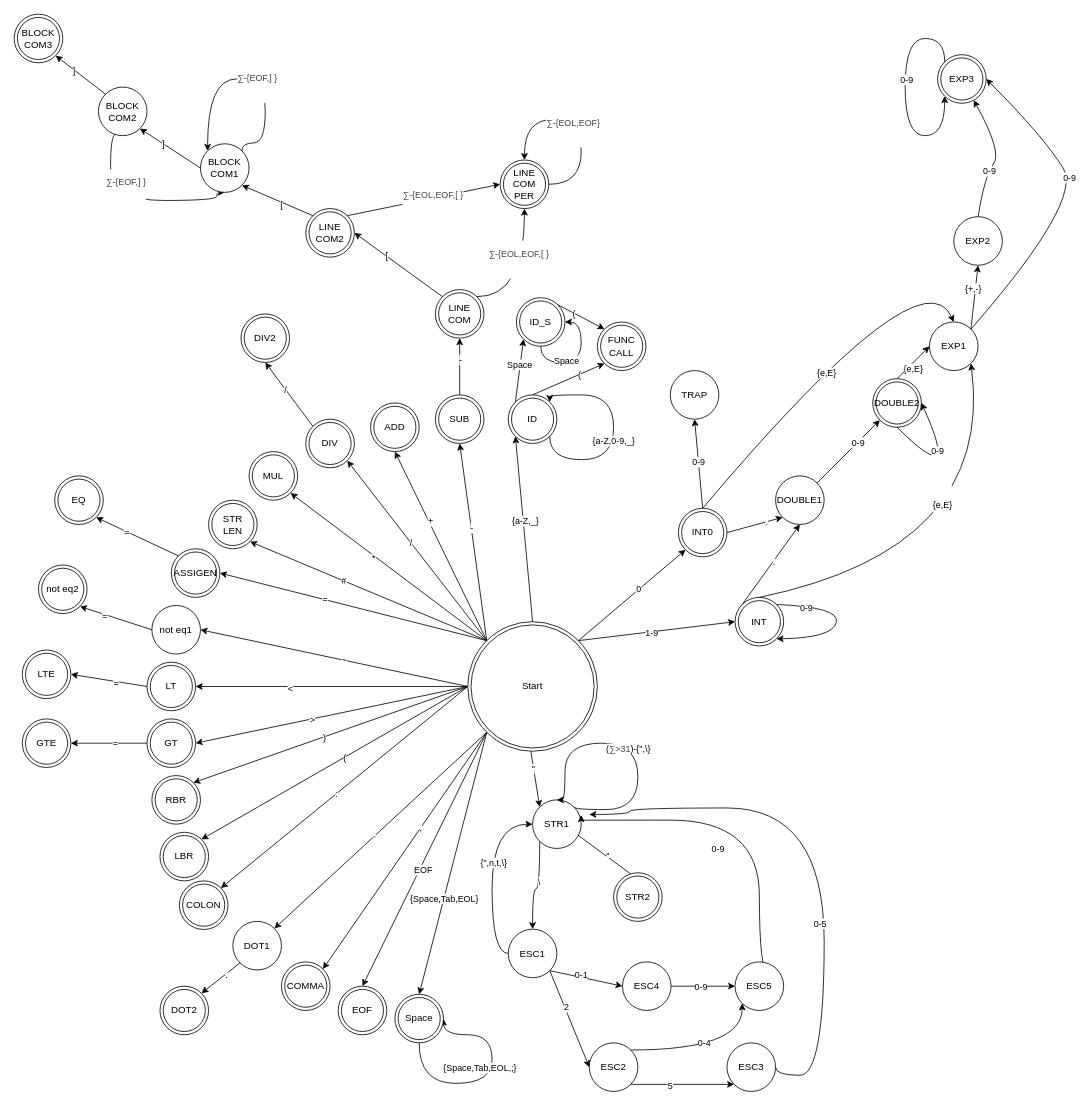
The draw.io diagram doc/scaner/scaner.drawio in JakubKomar/Prekladac-jazyka-teal, before the edit. Source tidied: cells renumbered, new cells numbered last; positions are measured from the earlier drawing's top-left corner, leaving out a move shared by most shapes. Both pictures are drawn from the tidied source at 81%, with x=0, y=0 at pixel (14, 14).
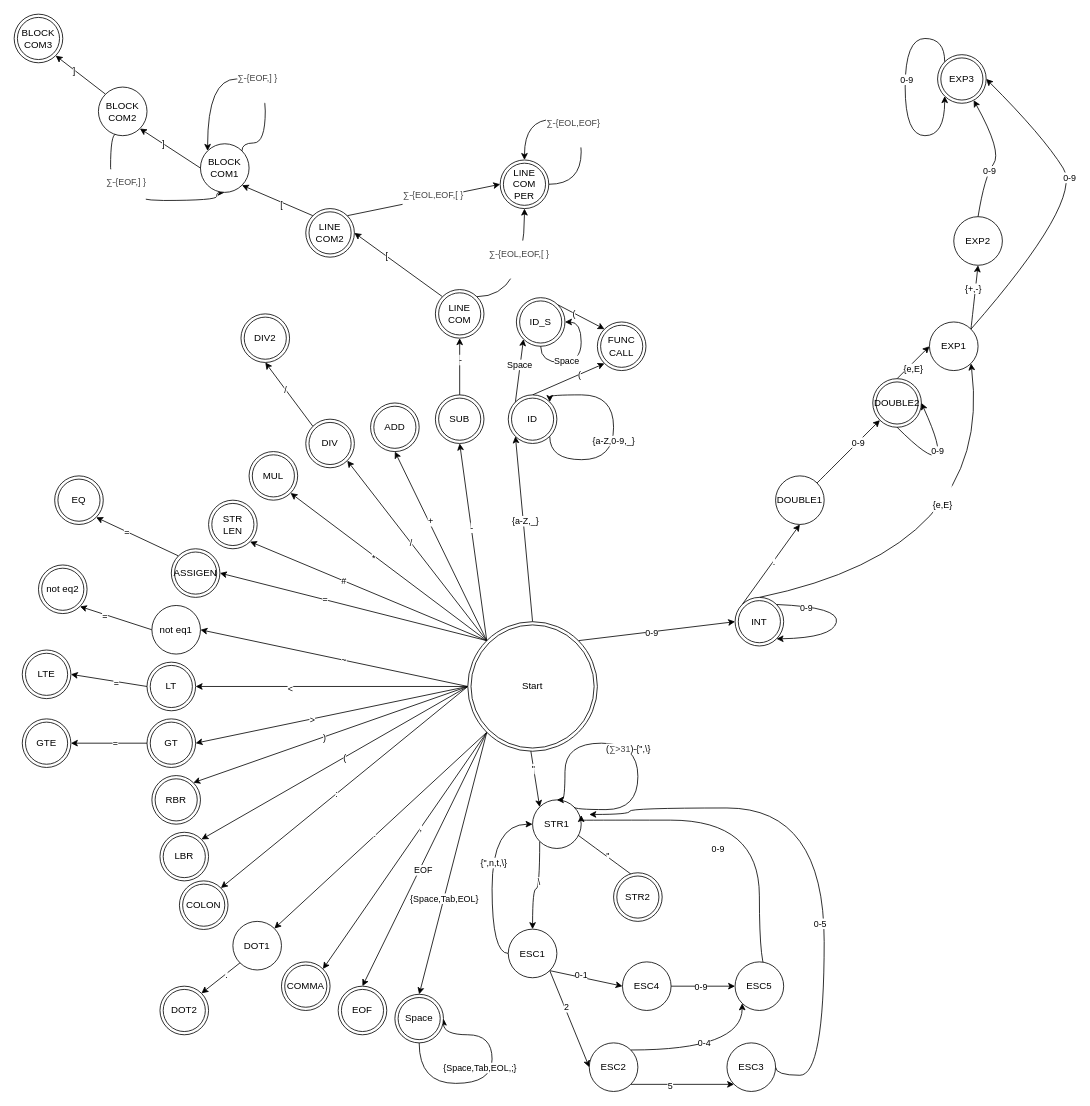
After the change.

Commit message:
stupidní zápisy čísel

Unchanged cells that the change refers to:
```xml
<mxCell id="39" style="rounded=0;jettySize=auto;html=1;exitX=1;exitY=0;exitDx=0;exitDy=0;entryX=0;entryY=0.5;entryDx=0;entryDy=0;" parent="1" edge="1" source="43" target="140">
  <mxGeometry relative="1" as="geometry" />
</mxCell>
<mxCell id="43" value="Start" style="ellipse;shape=doubleEllipse;whiteSpace=wrap;html=1;" parent="1" vertex="1">
  <mxGeometry x="560" y="750" width="160" height="160" as="geometry" />
</mxCell>
<mxCell id="148" value="DOUBLE1" style="ellipse;whiteSpace=wrap;html=1;" parent="1" vertex="1">
  <mxGeometry x="940" y="570" width="60" height="60" as="geometry" />
</mxCell>
<mxCell id="155" value="EXP1" style="ellipse;whiteSpace=wrap;html=1;" parent="1" vertex="1">
  <mxGeometry x="1130" y="380" width="60" height="60" as="geometry" />
</mxCell>
```

Change to the diagram source:
```diff
@@
-    <mxCell id="37" style="rounded=0;jettySize=auto;html=1;exitX=1;exitY=0;exitDx=0;exitDy=0;entryX=0;entryY=1;entryDx=0;entryDy=0;" parent="1" edge="1" source="43" target="166">
-      <mxGeometry relative="1" as="geometry" />
-    </mxCell>
-    <mxCell id="38" value="0" style="edgeLabel;html=1;align=center;verticalAlign=middle;" parent="37" vertex="1">
-      <mxGeometry x="0.04" y="-22" relative="1" as="geometry">
-        <mxPoint x="-9" y="-22" as="offset" />
-      </mxGeometry>
-    </mxCell>
@@
-    <mxCell id="40" value="1-9" style="edgeLabel;html=1;align=center;verticalAlign=middle;" parent="39" vertex="1">
+    <mxCell id="40" value="0-9" style="edgeLabel;html=1;align=center;verticalAlign=middle;" parent="39" vertex="1">
       <mxGeometry x="-0.08" y="-1" relative="1" as="geometry" />
     </mxCell>
@@
-    <mxCell id="160" style="edgeStyle=none;rounded=0;jettySize=auto;html=1;exitX=1;exitY=0.5;exitDx=0;exitDy=0;entryX=0;entryY=1;entryDx=0;entryDy=0;" parent="1" edge="1" source="166" target="148">
-      <mxGeometry relative="1" as="geometry" />
-    </mxCell>
-    <mxCell id="161" value="." style="edgeLabel;html=1;align=center;verticalAlign=middle;" parent="160" vertex="1">
-      <mxGeometry x="0.41" relative="1" as="geometry" />
-    </mxCell>
-    <mxCell id="162" style="edgeStyle=none;curved=1;jettySize=auto;html=1;exitX=0.5;exitY=0;exitDx=0;exitDy=0;entryX=0.5;entryY=0;entryDx=0;entryDy=0;" parent="1" edge="1" source="166" target="155">
-      <mxGeometry relative="1" as="geometry">
-        <Array as="points">
-          <mxPoint x="1120" y="290" />
-        </Array>
-      </mxGeometry>
-    </mxCell>
-    <mxCell id="163" value="{e,E}" style="edgeLabel;html=1;align=center;verticalAlign=middle;" parent="162" vertex="1">
-      <mxGeometry x="-0.34" y="-83" relative="1" as="geometry">
-        <mxPoint x="-21.4" y="-90.7" as="offset" />
-      </mxGeometry>
-    </mxCell>
-    <mxCell id="164" style="jettySize=auto;html=1;exitX=0.5;exitY=0;exitDx=0;exitDy=0;entryX=0.5;entryY=1;entryDx=0;entryDy=0;" parent="1" edge="1" source="166" target="167">
-      <mxGeometry relative="1" as="geometry" />
-    </mxCell>
-    <mxCell id="165" value="0-9" style="edgeLabel;html=1;align=center;verticalAlign=middle;" parent="164" vertex="1">
-      <mxGeometry x="0.04" y="-18" relative="1" as="geometry">
-        <mxPoint x="-18" y="1" as="offset" />
-      </mxGeometry>
-    </mxCell>
-    <mxCell id="166" value="INT0" style="ellipse;shape=doubleEllipse;whiteSpace=wrap;html=1;" parent="1" vertex="1">
-      <mxGeometry x="820" y="610" width="60" height="60" as="geometry" />
-    </mxCell>
-    <mxCell id="167" value="TRAP" style="ellipse;whiteSpace=wrap;html=1;" parent="1" vertex="1">
-      <mxGeometry x="810" y="440" width="60" height="60" as="geometry" />
-    </mxCell>
```
